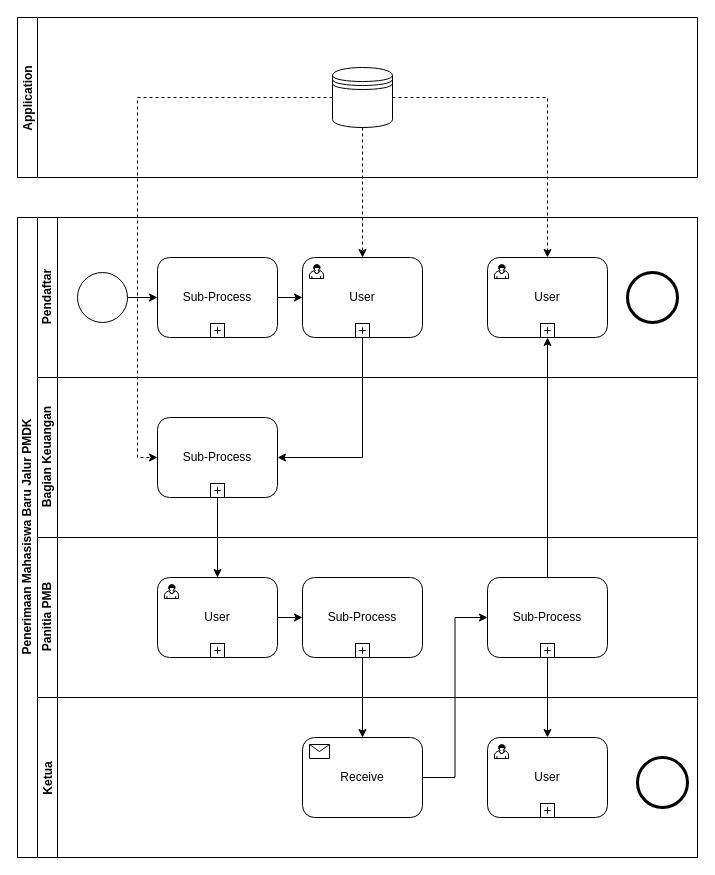
This is page "Page-1" (1 of 2) of Tugas/BPMN2.drawio from kucingtakucin/Proses-Bisnis-dan-SIM, a draw.io file, before an edit. Source tidied: cells renumbered, new cells numbered last; positions are measured from the earlier drawing's top-left corner, leaving out a move shared by most shapes. Both pictures are drawn from the tidied source at 100%, with x=0, y=0 at pixel (17, 17).
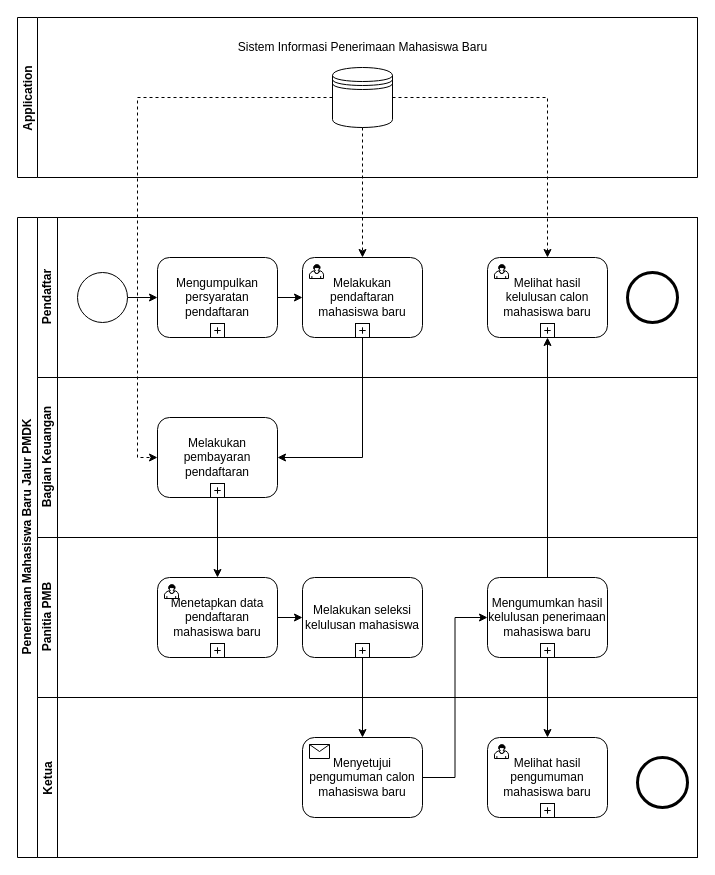
After the change.

The change refers to these unchanged cells:
```xml
<mxCell id="2" value="Application" style="swimlane;startSize=20;horizontal=0;" parent="1" vertex="1">
  <mxGeometry width="680" height="160" as="geometry" />
</mxCell>
<mxCell id="5" value="Pendaftar" style="swimlane;html=1;startSize=20;horizontal=0;" parent="4" vertex="1">
  <mxGeometry x="20" width="660" height="160" as="geometry" />
</mxCell>
<mxCell id="18" value="Bagian Keuangan" style="swimlane;html=1;startSize=20;horizontal=0;" parent="4" vertex="1">
  <mxGeometry x="20" y="160" width="660" height="160" as="geometry" />
</mxCell>
<mxCell id="21" value="Panitia PMB" style="swimlane;html=1;startSize=20;horizontal=0;" parent="4" vertex="1">
  <mxGeometry x="20" y="320" width="660" height="160" as="geometry" />
</mxCell>
<mxCell id="30" value="Ketua" style="swimlane;startSize=20;horizontal=0;" parent="4" vertex="1">
  <mxGeometry x="20" y="480" width="660" height="160" as="geometry" />
</mxCell>
```

The edit, as a diff of the source:
```diff
@@
+    <mxCell id="46" value="Sistem Informasi Penerimaan Mahasiswa Baru" style="text;html=1;align=center;verticalAlign=middle;" parent="2" vertex="1">
+      <mxGeometry x="195" y="20" width="300" height="20" as="geometry" />
+    </mxCell>
@@
-    <mxCell id="7" value="User" style="html=1;whiteSpace=wrap;rounded=1;" parent="5" vertex="1">
+    <mxCell id="7" value="Melihat hasil kelulusan calon mahasiswa baru" style="html=1;whiteSpace=wrap;rounded=1;" parent="5" vertex="1">
       <mxGeometry x="450" y="40" width="120" height="80" as="geometry" />
     </mxCell>
@@
-    <mxCell id="13" value="Sub-Process" style="html=1;whiteSpace=wrap;rounded=1;" parent="5" vertex="1">
+    <mxCell id="13" value="Mengumpulkan persyaratan pendaftaran" style="html=1;whiteSpace=wrap;rounded=1;" parent="5" vertex="1">
       <mxGeometry x="120" y="40" width="120" height="80" as="geometry" />
     </mxCell>
@@
-    <mxCell id="15" value="User" style="html=1;whiteSpace=wrap;rounded=1;" parent="5" vertex="1">
+    <mxCell id="15" value="Melakukan pendaftaran mahasiswa baru" style="html=1;whiteSpace=wrap;rounded=1;" parent="5" vertex="1">
       <mxGeometry x="265" y="40" width="120" height="80" as="geometry" />
     </mxCell>
@@
-    <mxCell id="19" value="Sub-Process" style="html=1;whiteSpace=wrap;rounded=1;" parent="18" vertex="1">
+    <mxCell id="19" value="Melakukan pembayaran pendaftaran" style="html=1;whiteSpace=wrap;rounded=1;" parent="18" vertex="1">
       <mxGeometry x="120" y="40" width="120" height="80" as="geometry" />
     </mxCell>
@@
-    <mxCell id="22" value="Sub-Process" style="html=1;whiteSpace=wrap;rounded=1;" parent="21" vertex="1">
+    <mxCell id="22" value="&lt;div&gt;Melakukan seleksi kelulusan mahasiswa&lt;/div&gt;" style="html=1;whiteSpace=wrap;rounded=1;" parent="21" vertex="1">
       <mxGeometry x="265" y="40" width="120" height="80" as="geometry" />
     </mxCell>
@@
-    <mxCell id="25" value="User" style="html=1;whiteSpace=wrap;rounded=1;" parent="21" vertex="1">
+    <mxCell id="25" value="Menetapkan data pendaftaran mahasiswa baru" style="html=1;whiteSpace=wrap;rounded=1;" parent="21" vertex="1">
       <mxGeometry x="120" y="40" width="120" height="80" as="geometry" />
     </mxCell>
@@
-    <mxCell id="28" value="Sub-Process" style="html=1;whiteSpace=wrap;rounded=1;" parent="21" vertex="1">
+    <mxCell id="28" value="Mengumumkan hasil kelulusan penerimaan mahasiswa baru" style="html=1;whiteSpace=wrap;rounded=1;" parent="21" vertex="1">
       <mxGeometry x="450" y="40" width="120" height="80" as="geometry" />
     </mxCell>
@@
-    <mxCell id="32" value="User" style="html=1;whiteSpace=wrap;rounded=1;" parent="30" vertex="1">
+    <mxCell id="32" value="Melihat hasil pengumuman mahasiswa baru" style="html=1;whiteSpace=wrap;rounded=1;" parent="30" vertex="1">
       <mxGeometry x="450" y="40" width="120" height="80" as="geometry" />
     </mxCell>
@@
-    <mxCell id="35" value="Receive" style="html=1;whiteSpace=wrap;rounded=1;" parent="30" vertex="1">
+    <mxCell id="35" value="Menyetujui pengumuman calon mahasiswa baru" style="html=1;whiteSpace=wrap;rounded=1;" parent="30" vertex="1">
       <mxGeometry x="265" y="40" width="120" height="80" as="geometry" />
     </mxCell>
```
